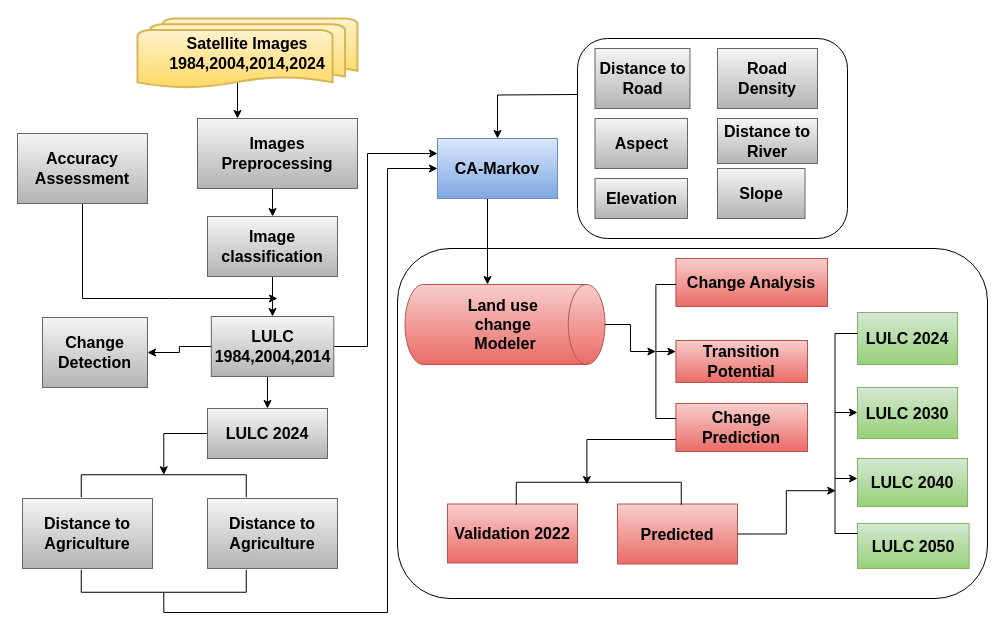
yemioke/PRISMA2020 keeps this draw.io diagram as LuLC.drawio. Above is the earlier version. Source tidied: cells renumbered, new cells numbered last; positions are measured from the earlier drawing's top-left corner, leaving out a move shared by most shapes. Both pictures are drawn from the tidied source at 100%, with x=0, y=0 at pixel (17, 18).
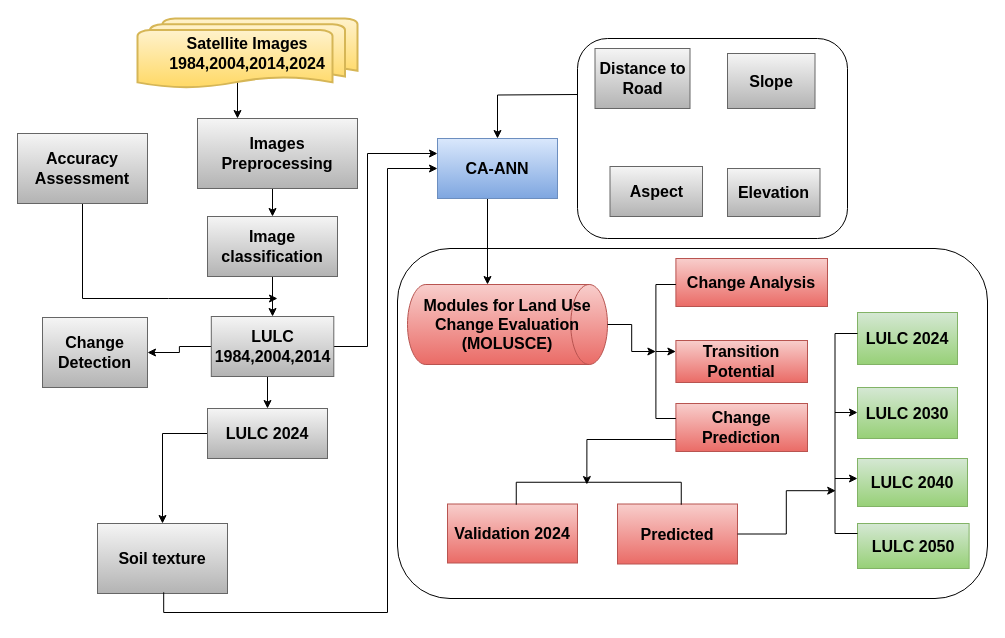
After the change.

The change refers to these unchanged cells:
```xml
<mxCell id="37" value="&lt;font style=&quot;font-size: 16px;&quot;&gt;&lt;b&gt;LULC 2024&lt;/b&gt;&lt;/font&gt;" style="rounded=0;whiteSpace=wrap;html=1;fillColor=#f5f5f5;gradientColor=#b3b3b3;strokeColor=#666666;" parent="1" vertex="1">
  <mxGeometry x="190" y="390" width="120" height="50" as="geometry" />
</mxCell>
```

What changed in the source:
```diff
@@
-    <mxCell id="6" value="&lt;font style=&quot;font-size: 16px;&quot;&gt;&lt;b&gt;Distance to River&lt;/b&gt;&lt;/font&gt;" style="rounded=0;whiteSpace=wrap;html=1;fillColor=#f5f5f5;gradientColor=#b3b3b3;strokeColor=#666666;" parent="1" vertex="1">
-      <mxGeometry x="700" y="100" width="100" height="45" as="geometry" />
-    </mxCell>
-    <mxCell id="7" value="&lt;font style=&quot;font-size: 16px;&quot;&gt;&lt;b&gt;Road Density&lt;/b&gt;&lt;/font&gt;" style="rounded=0;whiteSpace=wrap;html=1;fillColor=#f5f5f5;gradientColor=#b3b3b3;strokeColor=#666666;" parent="1" vertex="1">
-      <mxGeometry x="700" y="30" width="100" height="60" as="geometry" />
-    </mxCell>
     <mxCell id="8" value="&lt;font style=&quot;font-size: 16px;&quot;&gt;&lt;b&gt;Slope&lt;/b&gt;&lt;/font&gt;" style="rounded=0;whiteSpace=wrap;html=1;fillColor=#f5f5f5;gradientColor=#b3b3b3;strokeColor=#666666;" parent="1" vertex="1">
-      <mxGeometry x="700" y="150" width="87.5" height="50" as="geometry" />
+      <mxGeometry x="710" y="35" width="87.5" height="55" as="geometry" />
     </mxCell>
     <mxCell id="9" value="&lt;font style=&quot;font-size: 16px;&quot;&gt;&lt;b&gt;Aspect&lt;/b&gt;&lt;/font&gt;" style="rounded=0;whiteSpace=wrap;html=1;fillColor=#f5f5f5;gradientColor=#b3b3b3;strokeColor=#666666;" parent="1" vertex="1">
-      <mxGeometry x="577.5" y="100" width="92.5" height="50" as="geometry" />
+      <mxGeometry x="592.5" y="148" width="92.5" height="50" as="geometry" />
     </mxCell>
     <mxCell id="10" value="&lt;font style=&quot;font-size: 16px;&quot;&gt;&lt;b&gt;Elevation&lt;/b&gt;&lt;/font&gt;" style="rounded=0;whiteSpace=wrap;html=1;fillColor=#f5f5f5;gradientColor=#b3b3b3;strokeColor=#666666;" parent="1" vertex="1">
-      <mxGeometry x="577.5" y="160" width="92.5" height="40" as="geometry" />
+      <mxGeometry x="710" y="150" width="92.5" height="48" as="geometry" />
     </mxCell>
@@
-    <mxCell id="13" value="&lt;font style=&quot;font-size: 16px;&quot;&gt;&lt;b style=&quot;&quot;&gt;CA-Markov&lt;/b&gt;&lt;/font&gt;" style="rounded=0;whiteSpace=wrap;html=1;fillColor=#dae8fc;gradientColor=#7ea6e0;strokeColor=#6c8ebf;" parent="1" vertex="1">
+    <mxCell id="13" value="&lt;font style=&quot;font-size: 16px;&quot;&gt;&lt;b style=&quot;&quot;&gt;CA-ANN&lt;/b&gt;&lt;/font&gt;" style="rounded=0;whiteSpace=wrap;html=1;fillColor=#dae8fc;gradientColor=#7ea6e0;strokeColor=#6c8ebf;" parent="1" vertex="1">
       <mxGeometry x="420" y="120" width="120" height="60" as="geometry" />
     </mxCell>
@@
-    <mxCell id="15" value="&lt;b&gt;&lt;font style=&quot;font-size: 16px;&quot;&gt;Land use&amp;nbsp;&lt;/font&gt;&lt;/b&gt;&lt;div&gt;&lt;b&gt;&lt;font size=&quot;3&quot;&gt;&lt;font style=&quot;&quot;&gt;change&lt;/font&gt;&lt;font style=&quot;&quot;&gt;&amp;nbsp;&lt;/font&gt;&lt;/font&gt;&lt;/b&gt;&lt;div&gt;&lt;font size=&quot;3&quot; style=&quot;&quot;&gt;&lt;b style=&quot;&quot;&gt;Modeler&lt;/b&gt;&lt;/font&gt;&lt;/div&gt;&lt;/div&gt;" style="strokeWidth=1;html=1;shape=mxgraph.flowchart.direct_data;whiteSpace=wrap;fillColor=#f8cecc;gradientColor=#ea6b66;strokeColor=#b85450;" parent="1" vertex="1">
-      <mxGeometry x="387.5" y="266" width="200" height="80" as="geometry" />
+    <mxCell id="15" value="&lt;b&gt;&lt;font style=&quot;&quot;&gt;&lt;span style=&quot;font-size: 16px;&quot;&gt;Modules for Land Use C&lt;/span&gt;&lt;font size=&quot;3&quot;&gt;hange&lt;/font&gt;&lt;/font&gt;&lt;font style=&quot;font-size: medium;&quot;&gt;&amp;nbsp;Evaluation&lt;/font&gt;&lt;/b&gt;&lt;div&gt;&lt;font size=&quot;3&quot;&gt;&lt;b&gt;(MOLUSCE)&lt;/b&gt;&lt;/font&gt;&lt;/div&gt;" style="strokeWidth=1;html=1;shape=mxgraph.flowchart.direct_data;whiteSpace=wrap;fillColor=#f8cecc;gradientColor=#ea6b66;strokeColor=#b85450;" parent="1" vertex="1">
+      <mxGeometry x="390" y="266" width="200" height="80" as="geometry" />
     </mxCell>
@@
-    <mxCell id="19" value="&lt;font style=&quot;font-size: 16px;&quot;&gt;&lt;b style=&quot;&quot;&gt;Validation 2022&lt;/b&gt;&lt;/font&gt;" style="rounded=0;whiteSpace=wrap;html=1;fillColor=#f8cecc;gradientColor=#ea6b66;strokeColor=#b85450;" parent="1" vertex="1">
+    <mxCell id="19" value="&lt;font style=&quot;font-size: 16px;&quot;&gt;&lt;b style=&quot;&quot;&gt;Validation 2024&lt;/b&gt;&lt;/font&gt;" style="rounded=0;whiteSpace=wrap;html=1;fillColor=#f8cecc;gradientColor=#ea6b66;strokeColor=#b85450;" parent="1" vertex="1">
       <mxGeometry x="430" y="485.5" width="130" height="59" as="geometry" />
     </mxCell>
@@
-    <mxCell id="36" style="edgeStyle=orthogonalEdgeStyle;rounded=0;jettySize=auto;html=1;exitX=0;exitY=0.5;exitDx=0;exitDy=0;" parent="1" edge="1" source="37" target="49">
+    <mxCell id="36" style="edgeStyle=orthogonalEdgeStyle;rounded=0;jettySize=auto;html=1;exitX=0;exitY=0.5;exitDx=0;exitDy=0;entryX=0.5;entryY=0;entryDx=0;entryDy=0;" parent="1" edge="1" source="37" target="38">
       <mxGeometry relative="1" as="geometry" />
     </mxCell>
@@
-    <mxCell id="38" value="&lt;font style=&quot;font-size: 16px;&quot;&gt;&lt;b&gt;Distance to Agriculture&lt;/b&gt;&lt;/font&gt;" style="rounded=0;whiteSpace=wrap;html=1;fillColor=#f5f5f5;gradientColor=#b3b3b3;strokeColor=#666666;" parent="1" vertex="1">
-      <mxGeometry x="5" y="480" width="130" height="70" as="geometry" />
+    <mxCell id="38" value="&lt;font style=&quot;font-size: 16px;&quot;&gt;&lt;b&gt;Soil texture&lt;/b&gt;&lt;/font&gt;" style="rounded=0;whiteSpace=wrap;html=1;fillColor=#f5f5f5;gradientColor=#b3b3b3;strokeColor=#666666;" parent="1" vertex="1">
+      <mxGeometry x="80" y="505" width="130" height="70" as="geometry" />
     </mxCell>
-    <mxCell id="39" value="&lt;b style=&quot;&quot;&gt;&lt;font style=&quot;font-size: 16px;&quot;&gt;Distance to Agriculture&lt;/font&gt;&lt;/b&gt;" style="rounded=0;whiteSpace=wrap;html=1;fillColor=#f5f5f5;gradientColor=#b3b3b3;strokeColor=#666666;" parent="1" vertex="1">
-      <mxGeometry x="190" y="480" width="130" height="70" as="geometry" />
-    </mxCell>
@@
-    <mxCell id="49" style="strokeWidth=1;html=1;shape=mxgraph.flowchart.annotation_1;align=left;rotation=90;" parent="1" vertex="1">
-      <mxGeometry x="135" y="385" width="22.5" height="165" as="geometry" />
-    </mxCell>
-    <mxCell id="50" style="edgeStyle=orthogonalEdgeStyle;rounded=0;jettySize=auto;html=1;exitX=0;exitY=0.5;exitDx=0;exitDy=0;exitPerimeter=0;entryX=0;entryY=0.5;entryDx=0;entryDy=0;" parent="1" edge="1" source="51" target="13">
+    <mxCell id="50" style="edgeStyle=orthogonalEdgeStyle;rounded=0;jettySize=auto;html=1;exitX=0;exitY=0.5;exitDx=0;exitDy=0;exitPerimeter=0;entryX=0;entryY=0.5;entryDx=0;entryDy=0;" parent="1" edge="1" target="13">
       <mxGeometry relative="1" as="geometry">
+        <mxPoint x="146.2" y="573.8" as="sourcePoint" />
         <Array as="points">
           <mxPoint x="146" y="594" />
           <mxPoint x="370" y="594" />
           <mxPoint x="370" y="150" />
         </Array>
       </mxGeometry>
     </mxCell>
-    <mxCell id="51" style="strokeWidth=1;html=1;shape=mxgraph.flowchart.annotation_1;align=left;rotation=-90;" parent="1" vertex="1">
-      <mxGeometry x="135" y="480" width="22.5" height="165" as="geometry" />
-    </mxCell>
```
